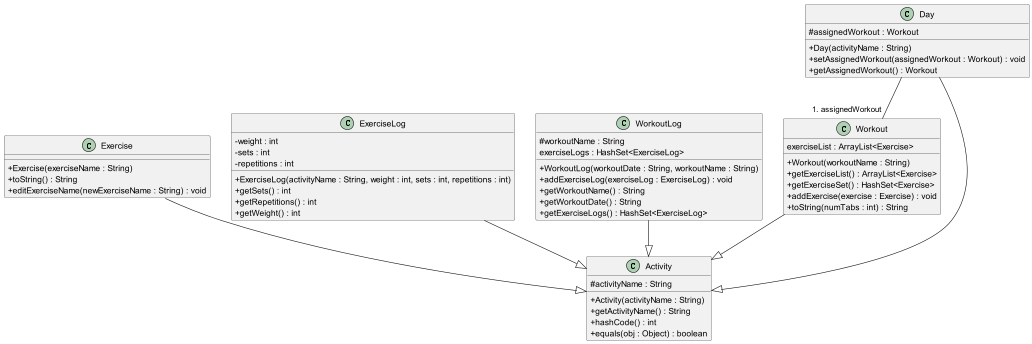
The PlantUML diagram docs/diagrams/ActivityClassDiagram.png in joshualeejunyi/tp, before a commit.
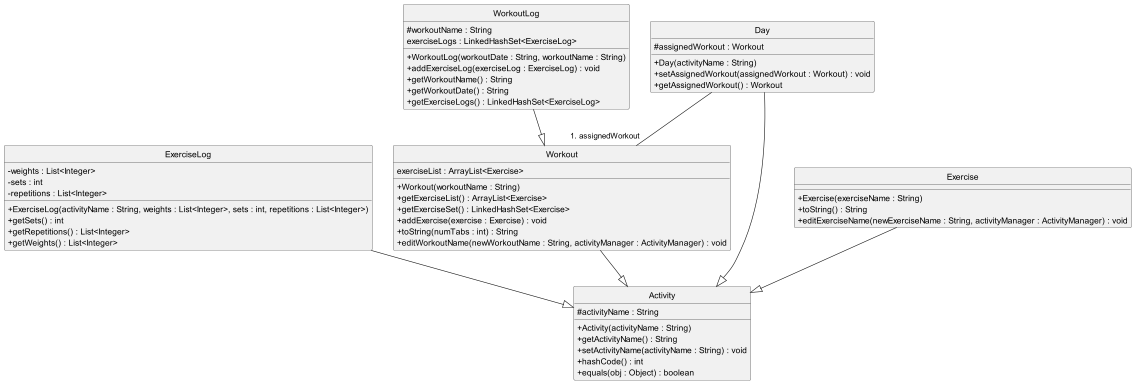
The same file after the commit.

Change to the diagram source:
```diff
@@ -1,47 +1,35 @@
 @startuml
 skinparam classAttributeIconSize 0
-class Workout{
-exerciseList : ArrayList<Exercise>
-+ Workout(workoutName : String)
-+ getExerciseList() : ArrayList<Exercise>
-+ getExerciseSet() : HashSet<Exercise>
-+ addExercise(exercise : Exercise) : void
-+ toString(numTabs : int) : String
-}
-Workout --|> Activity
-class Exercise{
-+ Exercise(exerciseName : String)
-+ toString() : String
-+ editExerciseName(newExerciseName : String) : void
-}
-Exercise --|> Activity
-class ExerciseLog{
-- weight : int
-- sets : int
-- repetitions : int
-+ ExerciseLog(activityName : String, weight : int, sets : int, repetitions : int)
-+ getSets() : int
-+ getRepetitions() : int
-+ getWeight() : int
-}
-ExerciseLog --|> Activity
+skinparam style strictuml
+hide circle
 class Activity{
 # activityName : String
 + Activity(activityName : String)
 + getActivityName() : String
++ setActivityName(activityName : String) : void
 + hashCode() : int
 + equals(obj : Object) : boolean
 }
+class ExerciseLog{
+- weights : List<Integer>
+- sets : int
+- repetitions : List<Integer>
++ ExerciseLog(activityName : String, weights : List<Integer>, sets : int, repetitions : List<Integer>)
++ getSets() : int
++ getRepetitions() : List<Integer>
++ getWeights() : List<Integer>
+}
+ExerciseLog --|> Activity
 class WorkoutLog{
 # workoutName : String
-exerciseLogs : HashSet<ExerciseLog>
+exerciseLogs : LinkedHashSet<ExerciseLog>
 + WorkoutLog(workoutDate : String, workoutName : String)
 + addExerciseLog(exerciseLog : ExerciseLog) : void
 + getWorkoutName() : String
 + getWorkoutDate() : String
-+ getExerciseLogs() : HashSet<ExerciseLog>
++ getExerciseLogs() : LinkedHashSet<ExerciseLog>
 }
-WorkoutLog --|> Activity
+WorkoutLog --|> Workout
 class Day{
 # assignedWorkout : Workout
 + Day(activityName : String)
@@ -49,5 +37,21 @@
 + getAssignedWorkout() : Workout
 }
 Day --|> Activity
+class Exercise{
++ Exercise(exerciseName : String)
++ toString() : String
++ editExerciseName(newExerciseName : String, activityManager : ActivityManager) : void
+}
+Exercise --|> Activity
+class Workout{
+exerciseList : ArrayList<Exercise>
++ Workout(workoutName : String)
++ getExerciseList() : ArrayList<Exercise>
++ getExerciseSet() : LinkedHashSet<Exercise>
++ addExercise(exercise : Exercise) : void
++ toString(numTabs : int) : String
++ editWorkoutName(newWorkoutName : String, activityManager : ActivityManager) : void
+}
+Workout --|> Activity
 Day--"# assignedWorkout" Workout
 @enduml
```
